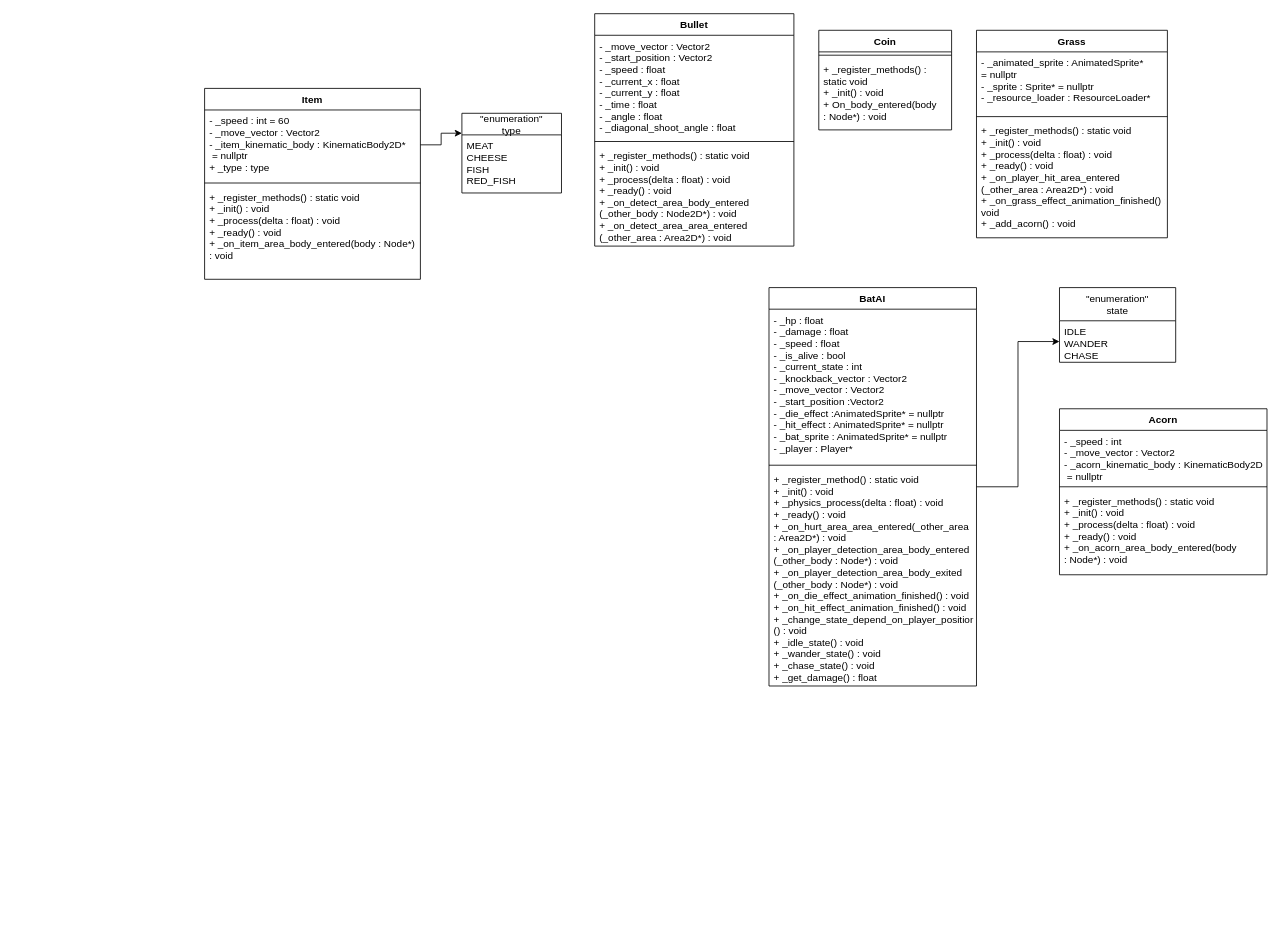
The draw.io diagram Foxy_Way_to_hero/ClassDiagramFoxyWayToHero.drawio in Vitalii-tmp/Foxy-Way-to-hero, before the edit. Source tidied: cells renumbered, new cells numbered last; positions are measured from the earlier drawing's top-left corner, leaving out a move shared by most shapes. Both pictures are drawn from the tidied source at 83%, with x=0, y=0 at pixel (204, 13).
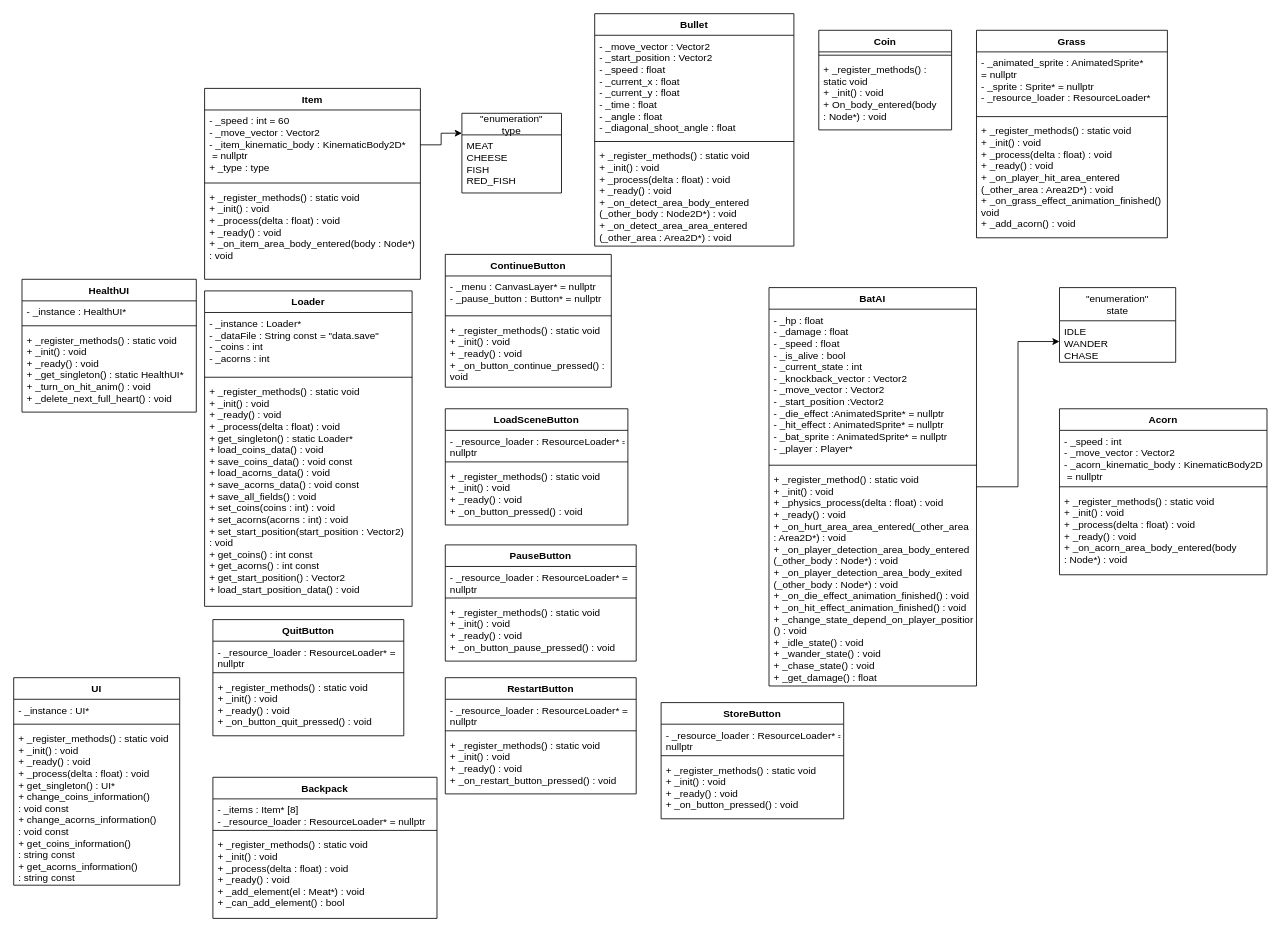
The same page after the edit.

Diff of the diagram source:
```diff
@@
+    <mxCell id="31" value="ContinueButton" style="swimlane;fontStyle=1;align=center;verticalAlign=top;horizontal=1;startSize=26;" parent="1" vertex="1">
+      <mxGeometry x="290" y="290" width="200" height="160" as="geometry" />
+    </mxCell>
+    <mxCell id="32" value="- _menu : CanvasLayer* = nullptr&#10;- _pause_button : Button* = nullptr" style="text;strokeColor=none;fillColor=none;align=left;verticalAlign=top;spacingLeft=4;spacingRight=4;overflow=hidden;" parent="31" vertex="1">
+      <mxGeometry y="26" width="200" height="44" as="geometry" />
+    </mxCell>
+    <mxCell id="33" style="line;strokeWidth=1;fillColor=none;align=left;verticalAlign=middle;spacingTop=-1;spacingLeft=3;spacingRight=3;labelPosition=right;" parent="31" vertex="1">
+      <mxGeometry y="70" width="200" height="8" as="geometry" />
+    </mxCell>
+    <mxCell id="34" value="+ _register_methods() : static void&#10;+ _init() : void&#10;+ _ready() : void&#10;+ _on_button_continue_pressed() : &#10;void" style="text;strokeColor=none;fillColor=none;align=left;verticalAlign=top;spacingLeft=4;spacingRight=4;overflow=hidden;" parent="31" vertex="1">
+      <mxGeometry y="78" width="200" height="82" as="geometry" />
+    </mxCell>
+    <mxCell id="35" value="HealthUI" style="swimlane;fontStyle=1;align=center;verticalAlign=top;horizontal=1;startSize=26;" parent="1" vertex="1">
+      <mxGeometry x="-220" y="320" width="210" height="160" as="geometry" />
+    </mxCell>
+    <mxCell id="36" value="- _instance : HealthUI*" style="text;strokeColor=none;fillColor=none;align=left;verticalAlign=top;spacingLeft=4;spacingRight=4;overflow=hidden;" parent="35" vertex="1">
+      <mxGeometry y="26" width="210" height="26" as="geometry" />
+    </mxCell>
+    <mxCell id="37" style="line;strokeWidth=1;fillColor=none;align=left;verticalAlign=middle;spacingTop=-1;spacingLeft=3;spacingRight=3;labelPosition=right;" parent="35" vertex="1">
+      <mxGeometry y="52" width="210" height="8" as="geometry" />
+    </mxCell>
+    <mxCell id="38" value="+ _register_methods() : static void&#10;+ _init() : void&#10;+ _ready() : void&#10;+ _get_singleton() : static HealthUI*&#10;+ _turn_on_hit_anim() : void&#10;+ _delete_next_full_heart() : void" style="text;strokeColor=none;fillColor=none;align=left;verticalAlign=top;spacingLeft=4;spacingRight=4;overflow=hidden;" parent="35" vertex="1">
+      <mxGeometry y="60" width="210" height="100" as="geometry" />
+    </mxCell>
+    <mxCell id="39" value="Loader" style="swimlane;fontStyle=1;align=center;verticalAlign=top;horizontal=1;startSize=26;" parent="1" vertex="1">
+      <mxGeometry y="334" width="250" height="380" as="geometry" />
+    </mxCell>
+    <mxCell id="40" value="- _instance : Loader*&#10;- _dataFile : String const = &quot;data.save&quot;&#10;- _coins : int&#10;- _acorns : int" style="text;strokeColor=none;fillColor=none;align=left;verticalAlign=top;spacingLeft=4;spacingRight=4;overflow=hidden;" parent="39" vertex="1">
+      <mxGeometry y="26" width="250" height="74" as="geometry" />
+    </mxCell>
+    <mxCell id="41" style="line;strokeWidth=1;fillColor=none;align=left;verticalAlign=middle;spacingTop=-1;spacingLeft=3;spacingRight=3;labelPosition=right;" parent="39" vertex="1">
+      <mxGeometry y="100" width="250" height="8" as="geometry" />
+    </mxCell>
+    <mxCell id="42" value="+ _register_methods() : static void&#10;+ _init() : void&#10;+ _ready() : void&#10;+ _process(delta : float) : void&#10;+ get_singleton() : static Loader*&#10;+ load_coins_data() : void&#10;+ save_coins_data() : void const&#10;+ load_acorns_data() : void &#10;+ save_acorns_data() : void const&#10;+ save_all_fields() : void&#10;+ set_coins(coins : int) : void&#10;+ set_acorns(acorns : int) : void&#10;+ set_start_position(start_position : Vector2) &#10;: void&#10;+ get_coins() : int const&#10;+ get_acorns() : int const&#10;+ get_start_position() : Vector2&#10;+ load_start_position_data() : void" style="text;strokeColor=none;fillColor=none;align=left;verticalAlign=top;spacingLeft=4;spacingRight=4;overflow=hidden;" parent="39" vertex="1">
+      <mxGeometry y="108" width="250" height="272" as="geometry" />
+    </mxCell>
+    <mxCell id="43" value="LoadSceneButton" style="swimlane;fontStyle=1;align=center;verticalAlign=top;horizontal=1;startSize=26;" parent="1" vertex="1">
+      <mxGeometry x="290" y="476" width="220" height="140" as="geometry" />
+    </mxCell>
+    <mxCell id="44" value="- _resource_loader : ResourceLoader* =&#10;nullptr" style="text;strokeColor=none;fillColor=none;align=left;verticalAlign=top;spacingLeft=4;spacingRight=4;overflow=hidden;" parent="43" vertex="1">
+      <mxGeometry y="26" width="220" height="34" as="geometry" />
+    </mxCell>
+    <mxCell id="45" style="line;strokeWidth=1;fillColor=none;align=left;verticalAlign=middle;spacingTop=-1;spacingLeft=3;spacingRight=3;labelPosition=right;" parent="43" vertex="1">
+      <mxGeometry y="60" width="220" height="8" as="geometry" />
+    </mxCell>
+    <mxCell id="46" value="+ _register_methods() : static void&#10;+ _init() : void&#10;+ _ready() : void&#10;+ _on_button_pressed() : void" style="text;strokeColor=none;fillColor=none;align=left;verticalAlign=top;spacingLeft=4;spacingRight=4;overflow=hidden;" parent="43" vertex="1">
+      <mxGeometry y="68" width="220" height="72" as="geometry" />
+    </mxCell>
+    <mxCell id="47" value="PauseButton" style="swimlane;fontStyle=1;align=center;verticalAlign=top;horizontal=1;startSize=26;" parent="1" vertex="1">
+      <mxGeometry x="290" y="640" width="230" height="140" as="geometry" />
+    </mxCell>
+    <mxCell id="48" value="- _resource_loader : ResourceLoader* =&#10;nullptr" style="text;strokeColor=none;fillColor=none;align=left;verticalAlign=top;spacingLeft=4;spacingRight=4;overflow=hidden;" parent="47" vertex="1">
+      <mxGeometry y="26" width="230" height="34" as="geometry" />
+    </mxCell>
+    <mxCell id="49" style="line;strokeWidth=1;fillColor=none;align=left;verticalAlign=middle;spacingTop=-1;spacingLeft=3;spacingRight=3;labelPosition=right;" parent="47" vertex="1">
+      <mxGeometry y="60" width="230" height="8" as="geometry" />
+    </mxCell>
+    <mxCell id="50" value="+ _register_methods() : static void&#10;+ _init() : void&#10;+ _ready() : void&#10;+ _on_button_pause_pressed() : void" style="text;strokeColor=none;fillColor=none;align=left;verticalAlign=top;spacingLeft=4;spacingRight=4;overflow=hidden;" parent="47" vertex="1">
+      <mxGeometry y="68" width="230" height="72" as="geometry" />
+    </mxCell>
+    <mxCell id="51" value="QuitButton" style="swimlane;fontStyle=1;align=center;verticalAlign=top;horizontal=1;startSize=26;" parent="1" vertex="1">
+      <mxGeometry x="10" y="730" width="230" height="140" as="geometry" />
+    </mxCell>
+    <mxCell id="52" value="- _resource_loader : ResourceLoader* =&#10;nullptr" style="text;strokeColor=none;fillColor=none;align=left;verticalAlign=top;spacingLeft=4;spacingRight=4;overflow=hidden;" parent="51" vertex="1">
+      <mxGeometry y="26" width="230" height="34" as="geometry" />
+    </mxCell>
+    <mxCell id="53" style="line;strokeWidth=1;fillColor=none;align=left;verticalAlign=middle;spacingTop=-1;spacingLeft=3;spacingRight=3;labelPosition=right;" parent="51" vertex="1">
+      <mxGeometry y="60" width="230" height="8" as="geometry" />
+    </mxCell>
+    <mxCell id="54" value="+ _register_methods() : static void&#10;+ _init() : void&#10;+ _ready() : void&#10;+ _on_button_quit_pressed() : void" style="text;strokeColor=none;fillColor=none;align=left;verticalAlign=top;spacingLeft=4;spacingRight=4;overflow=hidden;" parent="51" vertex="1">
+      <mxGeometry y="68" width="230" height="72" as="geometry" />
+    </mxCell>
+    <mxCell id="55" value="RestartButton" style="swimlane;fontStyle=1;align=center;verticalAlign=top;horizontal=1;startSize=26;" parent="1" vertex="1">
+      <mxGeometry x="290" y="800" width="230" height="140" as="geometry" />
+    </mxCell>
+    <mxCell id="56" value="- _resource_loader : ResourceLoader* =&#10;nullptr" style="text;strokeColor=none;fillColor=none;align=left;verticalAlign=top;spacingLeft=4;spacingRight=4;overflow=hidden;" parent="55" vertex="1">
+      <mxGeometry y="26" width="230" height="34" as="geometry" />
+    </mxCell>
+    <mxCell id="57" style="line;strokeWidth=1;fillColor=none;align=left;verticalAlign=middle;spacingTop=-1;spacingLeft=3;spacingRight=3;labelPosition=right;" parent="55" vertex="1">
+      <mxGeometry y="60" width="230" height="8" as="geometry" />
+    </mxCell>
+    <mxCell id="58" value="+ _register_methods() : static void&#10;+ _init() : void&#10;+ _ready() : void&#10;+ _on_restart_button_pressed() : void" style="text;strokeColor=none;fillColor=none;align=left;verticalAlign=top;spacingLeft=4;spacingRight=4;overflow=hidden;" parent="55" vertex="1">
+      <mxGeometry y="68" width="230" height="72" as="geometry" />
+    </mxCell>
+    <mxCell id="59" value="StoreButton" style="swimlane;fontStyle=1;align=center;verticalAlign=top;horizontal=1;startSize=26;" parent="1" vertex="1">
+      <mxGeometry x="550" y="830" width="220" height="140" as="geometry" />
+    </mxCell>
+    <mxCell id="60" value="- _resource_loader : ResourceLoader* =&#10;nullptr" style="text;strokeColor=none;fillColor=none;align=left;verticalAlign=top;spacingLeft=4;spacingRight=4;overflow=hidden;" parent="59" vertex="1">
+      <mxGeometry y="26" width="220" height="34" as="geometry" />
+    </mxCell>
+    <mxCell id="61" style="line;strokeWidth=1;fillColor=none;align=left;verticalAlign=middle;spacingTop=-1;spacingLeft=3;spacingRight=3;labelPosition=right;" parent="59" vertex="1">
+      <mxGeometry y="60" width="220" height="8" as="geometry" />
+    </mxCell>
+    <mxCell id="62" value="+ _register_methods() : static void&#10;+ _init() : void&#10;+ _ready() : void&#10;+ _on_button_pressed() : void" style="text;strokeColor=none;fillColor=none;align=left;verticalAlign=top;spacingLeft=4;spacingRight=4;overflow=hidden;" parent="59" vertex="1">
+      <mxGeometry y="68" width="220" height="72" as="geometry" />
+    </mxCell>
+    <mxCell id="63" value="UI" style="swimlane;fontStyle=1;align=center;verticalAlign=top;horizontal=1;startSize=26;" parent="1" vertex="1">
+      <mxGeometry x="-230" y="800" width="200" height="250" as="geometry" />
+    </mxCell>
+    <mxCell id="64" value="- _instance : UI*" style="text;strokeColor=none;fillColor=none;align=left;verticalAlign=top;spacingLeft=4;spacingRight=4;overflow=hidden;" parent="63" vertex="1">
+      <mxGeometry y="26" width="200" height="26" as="geometry" />
+    </mxCell>
+    <mxCell id="65" style="line;strokeWidth=1;fillColor=none;align=left;verticalAlign=middle;spacingTop=-1;spacingLeft=3;spacingRight=3;labelPosition=right;" parent="63" vertex="1">
+      <mxGeometry y="52" width="200" height="8" as="geometry" />
+    </mxCell>
+    <mxCell id="66" value="+ _register_methods() : static void&#10;+ _init() : void&#10;+ _ready() : void&#10;+ _process(delta : float) : void&#10;+ get_singleton() : UI*&#10;+ change_coins_information() &#10;: void const&#10;+ change_acorns_information() &#10;: void const&#10;+ get_coins_information() &#10;: string const&#10;+ get_acorns_information() &#10;: string const" style="text;strokeColor=none;fillColor=none;align=left;verticalAlign=top;spacingLeft=4;spacingRight=4;overflow=hidden;" parent="63" vertex="1">
+      <mxGeometry y="60" width="200" height="190" as="geometry" />
+    </mxCell>
+    <mxCell id="67" value="Backpack" style="swimlane;fontStyle=1;align=center;verticalAlign=top;horizontal=1;startSize=26;" parent="1" vertex="1">
+      <mxGeometry x="10" y="920" width="270" height="170" as="geometry" />
+    </mxCell>
+    <mxCell id="68" value="- _items : Item* [8]&#10;- _resource_loader : ResourceLoader* = nullptr" style="text;strokeColor=none;fillColor=none;align=left;verticalAlign=top;spacingLeft=4;spacingRight=4;overflow=hidden;" parent="67" vertex="1">
+      <mxGeometry y="26" width="270" height="34" as="geometry" />
+    </mxCell>
+    <mxCell id="69" style="line;strokeWidth=1;fillColor=none;align=left;verticalAlign=middle;spacingTop=-1;spacingLeft=3;spacingRight=3;labelPosition=right;" parent="67" vertex="1">
+      <mxGeometry y="60" width="270" height="8" as="geometry" />
+    </mxCell>
+    <mxCell id="70" value="+ _register_methods() : static void&#10;+ _init() : void&#10;+ _process(delta : float) : void&#10;+ _ready() : void&#10;+ _add_element(el : Meat*) : void&#10;+ _can_add_element() : bool" style="text;strokeColor=none;fillColor=none;align=left;verticalAlign=top;spacingLeft=4;spacingRight=4;overflow=hidden;" parent="67" vertex="1">
+      <mxGeometry y="68" width="270" height="102" as="geometry" />
+    </mxCell>
```
